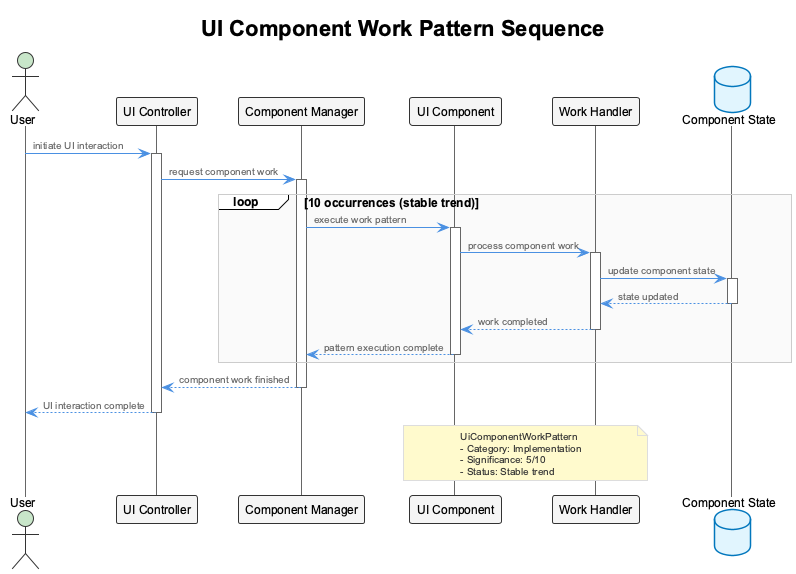
fwornle/coding keeps this PlantUML diagram as knowledge-management/insights/images/ui-component-work-pattern-sequence.png. Above is the earlier version. The source it was exported from:
```plantuml
@startuml
!include /Users/q284340/Agentic/coding/docs/puml/_standard-style.puml

title UI Component Work Pattern Sequence

actor "User" as user
participant "UI Controller" as controller
participant "Component Manager" as manager
participant "UI Component" as component
participant "Work Handler" as handler
database "Component State" as state

user -> controller: initiate UI interaction
activate controller

controller -> manager: request component work
activate manager

loop 10 occurrences (stable trend)
    manager -> component: execute work pattern
    activate component

    component -> handler: process component work
    activate handler

    handler -> state: update component state
    activate state
    state --> handler: state updated
    deactivate state

    handler --> component: work completed
    deactivate handler

    component --> manager: pattern execution complete
    deactivate component
end

manager --> controller: component work finished
deactivate manager

controller --> user: UI interaction complete
deactivate controller

note over component, handler
  UiComponentWorkPattern
  - Category: Implementation
  - Significance: 5/10
  - Status: Stable trend
end note

@enduml
```
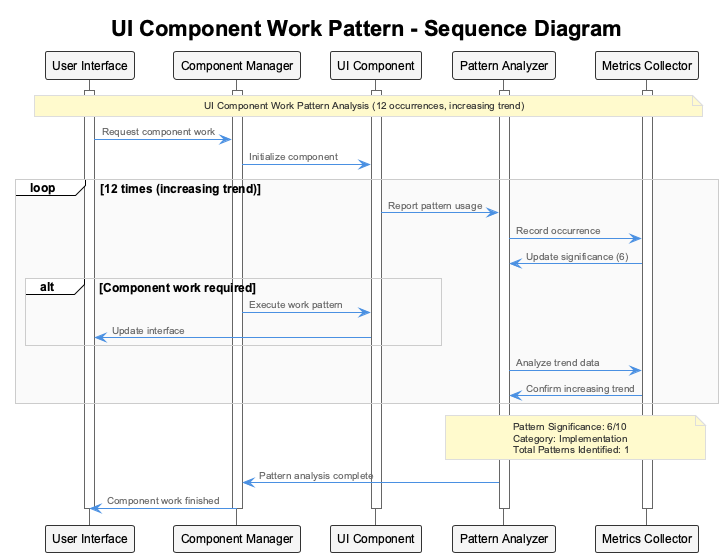
The same diagram one commit later.

What changed in the source:
```diff
@@ -1,51 +1,48 @@
 @startuml
 !include /Users/q284340/Agentic/coding/docs/puml/_standard-style.puml
 
-title UI Component Work Pattern Sequence
+title UI Component Work Pattern - Sequence Diagram
 
-actor "User" as user
-participant "UI Controller" as controller
-participant "Component Manager" as manager
-participant "UI Component" as component
-participant "Work Handler" as handler
-database "Component State" as state
+participant "User Interface" as UI
+participant "Component Manager" as CM
+participant "UI Component" as UC
+participant "Pattern Analyzer" as PA
+participant "Metrics Collector" as MC
 
-user -> controller: initiate UI interaction
-activate controller
+activate UI
+activate CM
+activate UC
+activate PA
+activate MC
 
-controller -> manager: request component work
-activate manager
+note over UI, MC : UI Component Work Pattern Analysis (12 occurrences, increasing trend)
 
-loop 10 occurrences (stable trend)
-    manager -> component: execute work pattern
-    activate component
+UI -> CM : Request component work
+CM -> UC : Initialize component
 
-    component -> handler: process component work
-    activate handler
+loop 12 times (increasing trend)
+    UC -> PA : Report pattern usage
+    PA -> MC : Record occurrence
+    MC -> PA : Update significance (6)
 
-    handler -> state: update component state
-    activate state
-    state --> handler: state updated
-    deactivate state
+    alt Component work required
+        CM -> UC : Execute work pattern
+        UC -> UI : Update interface
+    end
 
-    handler --> component: work completed
-    deactivate handler
-
-    component --> manager: pattern execution complete
-    deactivate component
+    PA -> MC : Analyze trend data
+    MC -> PA : Confirm increasing trend
 end
 
-manager --> controller: component work finished
-deactivate manager
+note over PA, MC : Pattern Significance: 6/10\nCategory: Implementation\nTotal Patterns Identified: 1
 
-controller --> user: UI interaction complete
-deactivate controller
+PA -> CM : Pattern analysis complete
+CM -> UI : Component work finished
 
-note over component, handler
-  UiComponentWorkPattern
-  - Category: Implementation
-  - Significance: 5/10
-  - Status: Stable trend
-end note
+deactivate MC
+deactivate PA
+deactivate UC
+deactivate CM
+deactivate UI
 
 @enduml
```
